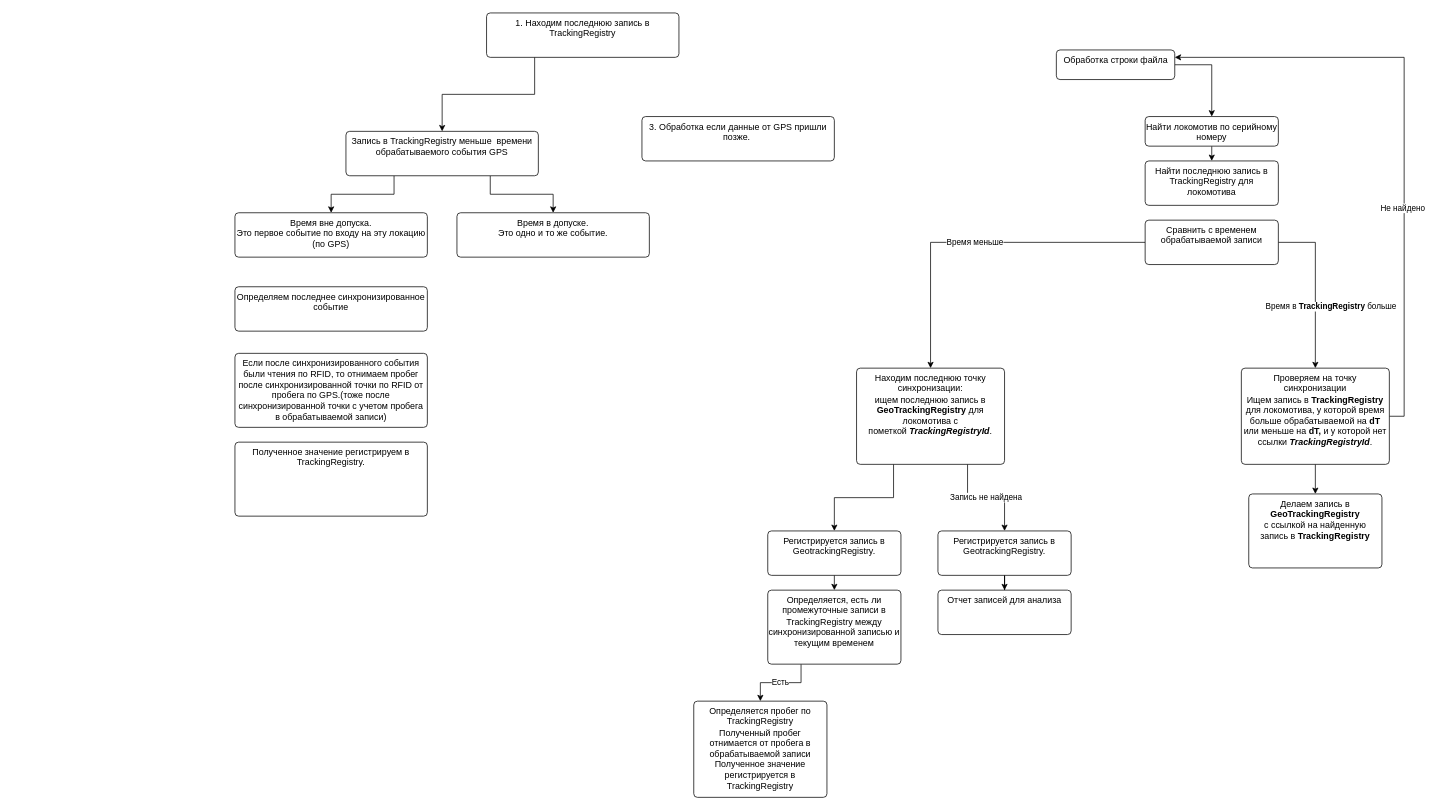
Earlier version of the draw.io diagram Tracking/RFID_GPS_Sync.drawio (tvolodi-ab/ASCOA). Source tidied: cells renumbered, new cells numbered last; positions are measured from the earlier drawing's top-left corner, leaving out a move shared by most shapes. Both pictures are drawn from the tidied source at 74%, with x=0, y=0 at pixel (235, 13).
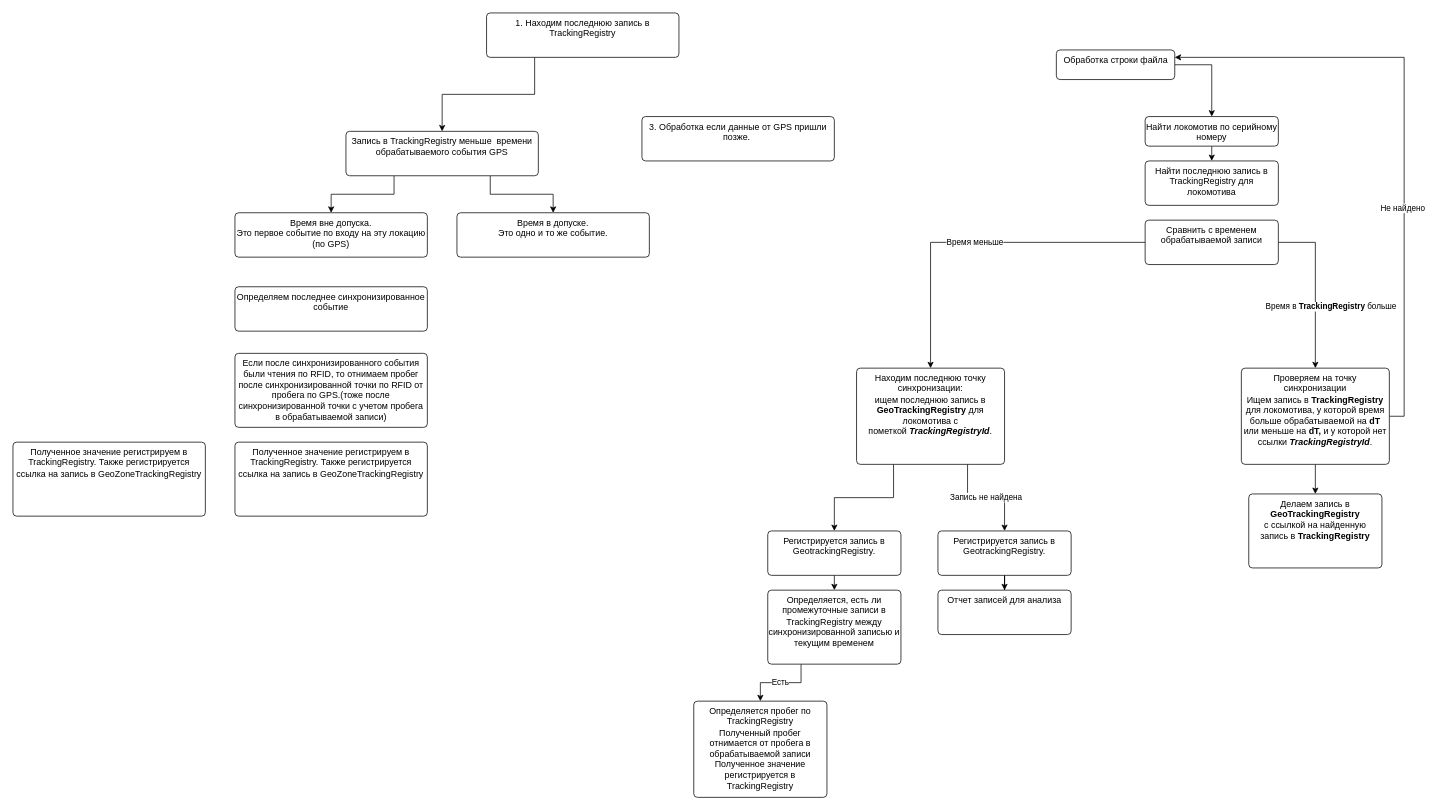
After the change.

Commit message:
Signed-off-by: tvolodi <tvolodi@gmail.com>

Diff of the diagram source:
```diff
@@
-    <mxCell id="37" value="Полученное значение регистрируем в TrackingRegistry." style="html=1;align=center;verticalAlign=top;rounded=1;absoluteArcSize=1;arcSize=10;dashed=0;whiteSpace=wrap;" parent="1" vertex="1">
+    <mxCell id="37" value="Полученное значение регистрируем в TrackingRegistry. Также регистрируется ссылка на запись в GeoZoneTrackingRegistry" style="html=1;align=center;verticalAlign=top;rounded=1;absoluteArcSize=1;arcSize=10;dashed=0;whiteSpace=wrap;" parent="1" vertex="1">
       <mxGeometry y="580" width="260" height="100" as="geometry" />
     </mxCell>
+    <mxCell id="38" value="Полученное значение регистрируем в TrackingRegistry. Также регистрируется ссылка на запись в GeoZoneTrackingRegistry" style="html=1;align=center;verticalAlign=top;rounded=1;absoluteArcSize=1;arcSize=10;dashed=0;whiteSpace=wrap;" parent="1" vertex="1">
+      <mxGeometry x="-300" y="580" width="260" height="100" as="geometry" />
+    </mxCell>
```
